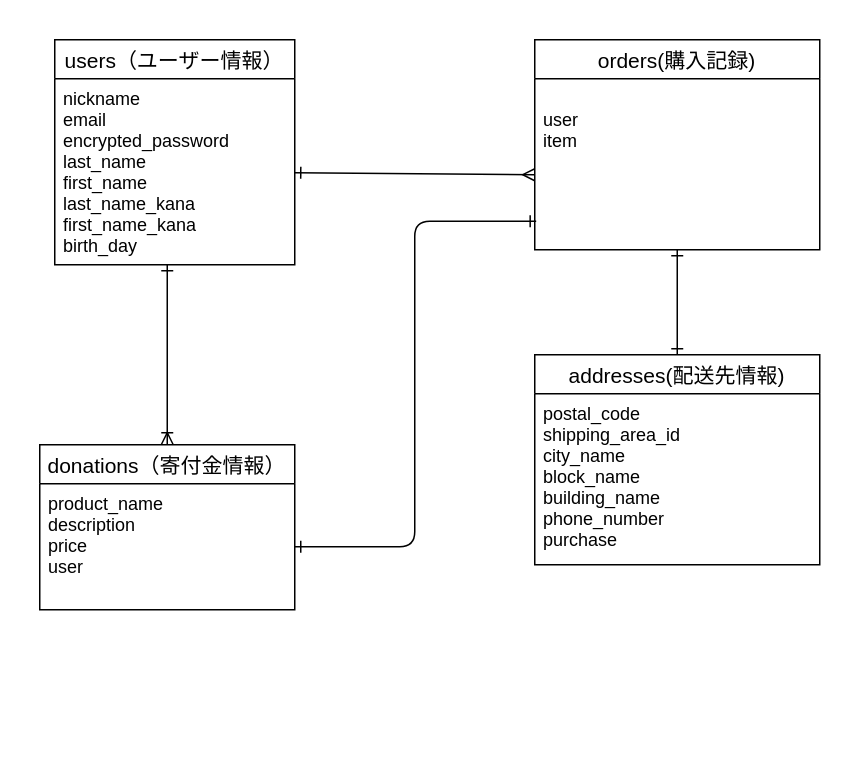
The draw.io diagram takelabo.dio in Taketai/takelaboratory, before the edit. Source tidied: cells renumbered, new cells numbered last; positions are measured from the earlier drawing's top-left corner, leaving out a move shared by most shapes. Both pictures are drawn from the tidied source at 150%, with x=0, y=0 at pixel (39, 39).
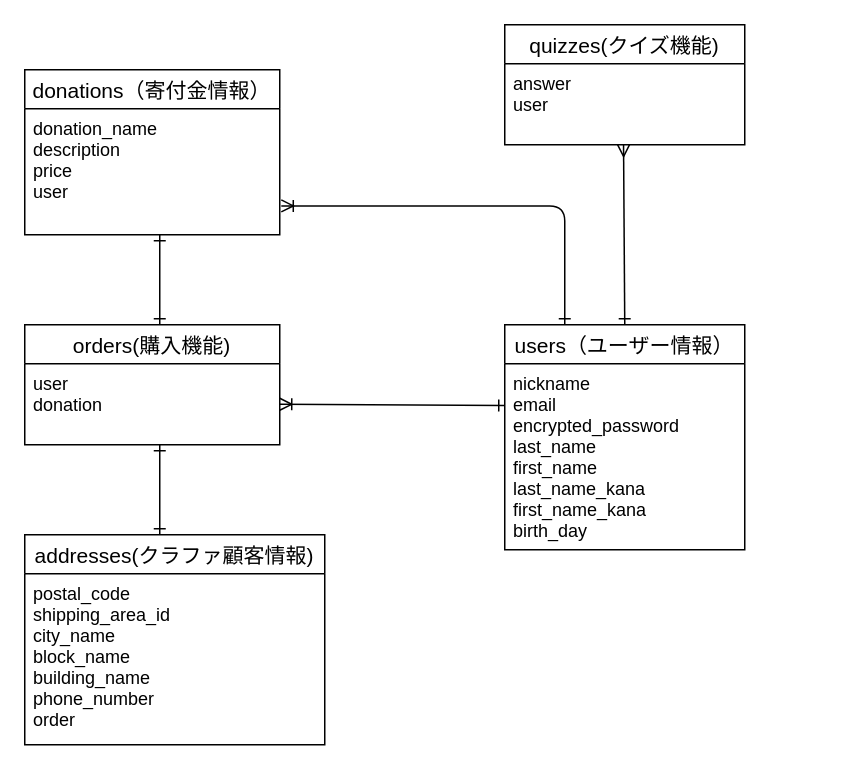
Above is the later version.

What changed in the source:
```diff
@@
 <mxGraphModel>
   <root>
     <mxCell id="0" />
     <mxCell id="1" parent="0" />
     <mxCell id="2" value="users（ユーザー情報）" style="swimlane;fontStyle=0;horizontal=1;startSize=26;align=center;fontSize=14;" parent="1" vertex="1">
-      <mxGeometry x="10" width="160" height="150" as="geometry" />
+      <mxGeometry x="310" y="190" width="160" height="150" as="geometry" />
     </mxCell>
     <mxCell id="3" value="nickname&#10;email&#10;encrypted_password&#10;last_name&#10;first_name&#10;last_name_kana&#10;first_name_kana&#10;birth_day&#10;" style="text;strokeColor=none;fillColor=none;spacingLeft=4;spacingRight=4;overflow=hidden;points=[[0,0.5],[1,0.5]];portConstraint=eastwest;fontSize=12;" parent="2" vertex="1">
       <mxGeometry y="26" width="160" height="124" as="geometry" />
     </mxCell>
-    <mxCell id="4" value="orders(購入記録)" style="swimlane;fontStyle=0;horizontal=1;startSize=26;align=center;fontSize=14;" parent="1" vertex="1">
-      <mxGeometry x="330" width="190" height="140" as="geometry" />
+    <mxCell id="4" value="quizzes(クイズ機能)" style="swimlane;fontStyle=0;horizontal=1;startSize=26;align=center;fontSize=14;" parent="1" vertex="1">
+      <mxGeometry x="310" y="-10" width="160" height="80" as="geometry" />
     </mxCell>
-    <mxCell id="5" value="&#10;user&#10;item" style="text;strokeColor=none;fillColor=none;spacingLeft=4;spacingRight=4;overflow=hidden;points=[[0,0.5],[1,0.5]];portConstraint=eastwest;fontSize=12;" parent="4" vertex="1">
-      <mxGeometry y="26" width="190" height="114" as="geometry" />
+    <mxCell id="5" value="answer&#10;user" style="text;strokeColor=none;fillColor=none;spacingLeft=4;spacingRight=4;overflow=hidden;points=[[0,0.5],[1,0.5]];portConstraint=eastwest;fontSize=12;" parent="4" vertex="1">
+      <mxGeometry y="26" width="160" height="54" as="geometry" />
     </mxCell>
     <mxCell id="6" value="donations（寄付金情報）" style="swimlane;fontStyle=0;horizontal=1;startSize=26;align=center;fontSize=14;" parent="1" vertex="1">
-      <mxGeometry y="270" width="170" height="110" as="geometry" />
+      <mxGeometry x="-10" y="20" width="170" height="110" as="geometry" />
     </mxCell>
-    <mxCell id="7" value="product_name&#10;description&#10;price&#10;user" style="text;strokeColor=none;fillColor=none;spacingLeft=4;spacingRight=4;overflow=hidden;points=[[0,0.5],[1,0.5]];portConstraint=eastwest;fontSize=12;" parent="6" vertex="1">
+    <mxCell id="7" value="donation_name&#10;description&#10;price&#10;user" style="text;strokeColor=none;fillColor=none;spacingLeft=4;spacingRight=4;overflow=hidden;points=[[0,0.5],[1,0.5]];portConstraint=eastwest;fontSize=12;" parent="6" vertex="1">
       <mxGeometry y="26" width="170" height="84" as="geometry" />
     </mxCell>
-    <mxCell id="8" style="fontSize=12;html=1;endArrow=ERoneToMany;entryX=0.5;entryY=0;entryDx=0;entryDy=0;startArrow=ERone;startFill=0;" parent="1" edge="1" target="6">
-      <mxGeometry relative="1" as="geometry">
-        <mxPoint x="85" y="150" as="sourcePoint" />
-      </mxGeometry>
+    <mxCell id="8" style="fontSize=12;html=1;endArrow=ERoneToMany;startArrow=ERone;startFill=0;exitX=0.25;exitY=0;exitDx=0;exitDy=0;entryX=1.006;entryY=0.771;entryDx=0;entryDy=0;edgeStyle=orthogonalEdgeStyle;entryPerimeter=0;" parent="1" edge="1" source="2" target="7">
+      <mxGeometry relative="1" as="geometry" />
     </mxCell>
-    <mxCell id="9" style="fontSize=12;html=1;endArrow=ERmany;startArrow=ERone;startFill=0;endFill=0;" parent="1" edge="1" source="3">
-      <mxGeometry relative="1" as="geometry">
-        <mxPoint x="330" y="90" as="targetPoint" />
-      </mxGeometry>
+    <mxCell id="9" style="fontSize=12;html=1;endArrow=ERmany;startArrow=ERone;startFill=0;endFill=0;entryX=0.495;entryY=0.998;entryDx=0;entryDy=0;entryPerimeter=0;exitX=0.5;exitY=0;exitDx=0;exitDy=0;" parent="1" edge="1" source="2" target="5">
+      <mxGeometry relative="1" as="geometry" />
     </mxCell>
-    <mxCell id="10" value="addresses(配送先情報)" style="swimlane;fontStyle=0;horizontal=1;startSize=26;align=center;fontSize=14;" parent="1" vertex="1">
-      <mxGeometry x="330" y="210" width="190" height="140" as="geometry" />
-    </mxCell>
-    <mxCell id="11" value="postal_code&#10;shipping_area_id &#10;city_name&#10;block_name&#10;building_name&#10;phone_number&#10;purchase" style="text;strokeColor=none;fillColor=none;spacingLeft=4;spacingRight=4;overflow=hidden;fontSize=12;" parent="10" vertex="1">
-      <mxGeometry y="26" width="190" height="114" as="geometry" />
-    </mxCell>
-    <mxCell id="12" style="fontSize=12;html=1;endArrow=ERone;endFill=1;startArrow=ERone;startFill=0;" parent="1" edge="1" source="10">
-      <mxGeometry relative="1" as="geometry">
-        <mxPoint x="425" y="140" as="targetPoint" />
-      </mxGeometry>
-    </mxCell>
-    <mxCell id="13" style="fontSize=12;html=1;endArrow=ERone;startArrow=ERone;edgeStyle=orthogonalEdgeStyle;entryX=0.005;entryY=0.833;entryDx=0;entryDy=0;entryPerimeter=0;startFill=0;endFill=0;" parent="1" edge="1" source="7" target="5">
-      <mxGeometry relative="1" as="geometry" />
-    </mxCell>
+    <mxCell id="14" value="orders(購入機能)" style="swimlane;fontStyle=0;horizontal=1;startSize=26;align=center;fontSize=14;" parent="1" vertex="1">
+      <mxGeometry x="-10" y="190" width="170" height="80" as="geometry" />
+    </mxCell>
+    <mxCell id="15" value="user&#10;donation" style="text;strokeColor=none;fillColor=none;spacingLeft=4;spacingRight=4;overflow=hidden;points=[[0,0.5],[1,0.5]];portConstraint=eastwest;fontSize=12;" parent="14" vertex="1">
+      <mxGeometry y="26" width="170" height="54" as="geometry" />
+    </mxCell>
+    <mxCell id="16" style="fontSize=12;html=1;endArrow=ERone;startArrow=ERoneToMany;startFill=0;endFill=0;entryX=0;entryY=0.224;entryDx=0;entryDy=0;exitX=1;exitY=0.5;exitDx=0;exitDy=0;entryPerimeter=0;" parent="1" edge="1" source="15" target="3">
+      <mxGeometry relative="1" as="geometry" />
+    </mxCell>
+    <mxCell id="17" style="fontSize=12;html=1;endArrow=ERone;startArrow=ERone;startFill=0;endFill=0;" parent="1" edge="1">
+      <mxGeometry relative="1" as="geometry">
+        <mxPoint x="80" y="130" as="sourcePoint" />
+        <mxPoint x="80" y="190" as="targetPoint" />
+      </mxGeometry>
+    </mxCell>
+    <mxCell id="18" value="addresses(クラファ顧客情報)" style="swimlane;fontStyle=0;horizontal=1;startSize=26;align=center;fontSize=14;" parent="1" vertex="1">
+      <mxGeometry x="-10" y="330" width="200" height="140" as="geometry" />
+    </mxCell>
+    <mxCell id="19" value="postal_code&#10;shipping_area_id&#10;city_name&#10;block_name&#10;building_name&#10;phone_number&#10;order" style="text;strokeColor=none;fillColor=none;spacingLeft=4;spacingRight=4;overflow=hidden;fontSize=12;" parent="18" vertex="1">
+      <mxGeometry y="26" width="200" height="114" as="geometry" />
+    </mxCell>
+    <mxCell id="20" style="fontSize=12;html=1;endArrow=ERone;startArrow=ERone;startFill=0;endFill=0;" parent="1" edge="1">
+      <mxGeometry relative="1" as="geometry">
+        <mxPoint x="80" y="270" as="sourcePoint" />
+        <mxPoint x="80" y="330" as="targetPoint" />
+      </mxGeometry>
+    </mxCell>
   </root>
 </mxGraphModel>
```
